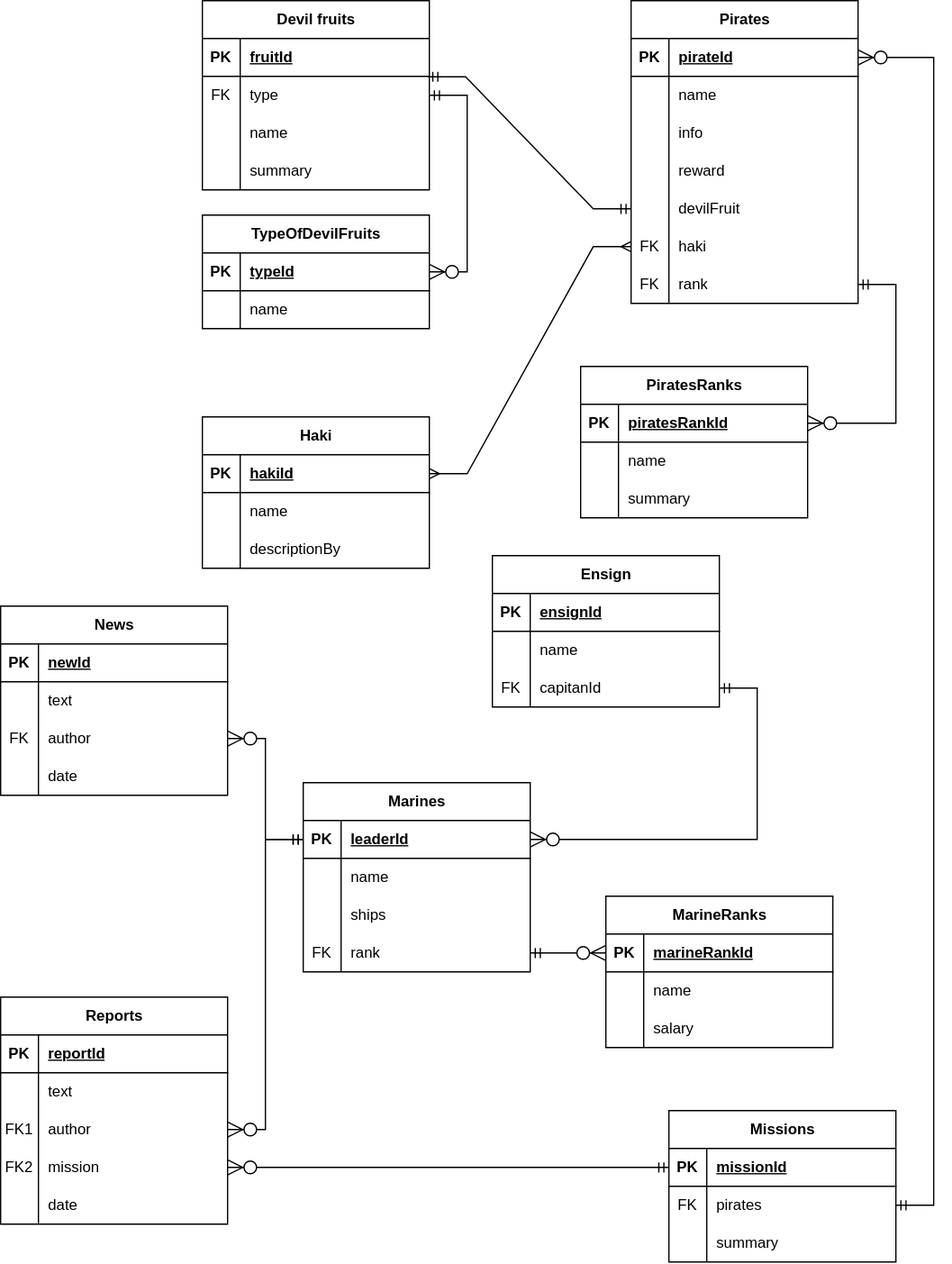
Above: tables.svg in ZaharKaras/DBLabs (draw.io), before the change. Source tidied: cells renumbered, new cells last; positions are measured from the earlier drawing's top-left corner, leaving out a move shared by most shapes.
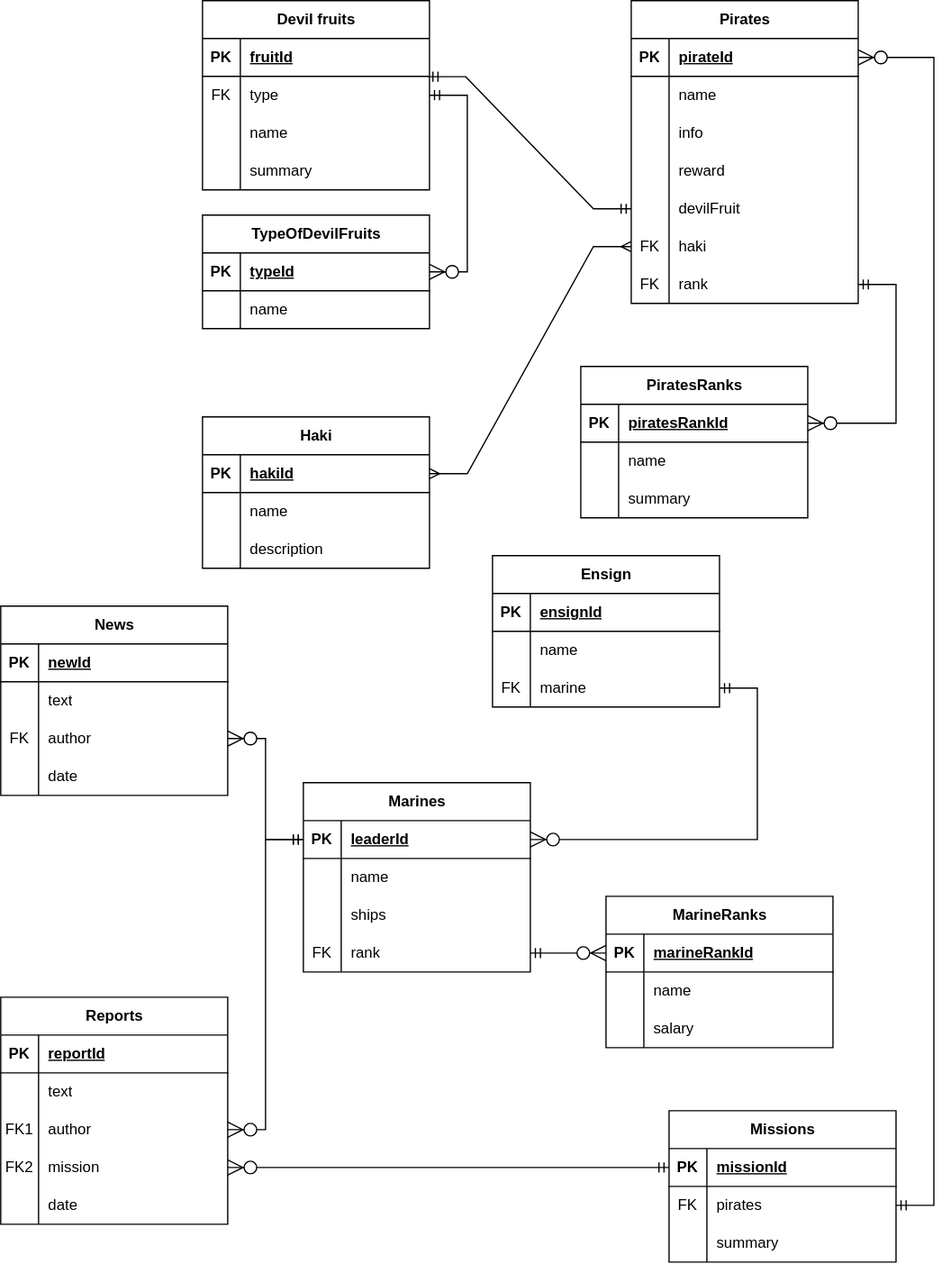
The same diagram one commit later.

Change to the diagram source:
```diff
@@ -29,7 +29,7 @@
     <mxCell id="10" value="FK" style="shape=partialRectangle;fillColor=none;top=0;left=0;bottom=0;right=0;overflow=hidden;whiteSpace=wrap;html=1;" parent="9" vertex="1">
       <mxGeometry width="30" height="30" as="geometry" />
     </mxCell>
-    <mxCell id="11" value="capitanId" style="shape=partialRectangle;fillColor=none;top=0;left=0;bottom=0;right=0;align=left;spacingLeft=6;overflow=hidden;whiteSpace=wrap;html=1;fontStyle=0;" parent="9" vertex="1">
+    <mxCell id="11" value="marine" style="shape=partialRectangle;fillColor=none;top=0;left=0;bottom=0;right=0;align=left;spacingLeft=6;overflow=hidden;whiteSpace=wrap;html=1;fontStyle=0;" parent="9" vertex="1">
       <mxGeometry x="30" width="150" height="30" as="geometry" />
     </mxCell>
     <mxCell id="12" value="Marines" style="shape=table;startSize=30;rowLines=0;fontStyle=1;align=center;html=1;" parent="1" vertex="1">
@@ -137,7 +137,7 @@
     <mxCell id="46" style="shape=partialRectangle;fillColor=none;top=0;left=0;bottom=0;right=0;overflow=hidden;whiteSpace=wrap;html=1;" parent="45" vertex="1">
       <mxGeometry width="30" height="30" as="geometry" />
     </mxCell>
-    <mxCell id="47" value="descriptionВу" style="shape=partialRectangle;fillColor=none;top=0;left=0;bottom=0;right=0;align=left;spacingLeft=6;overflow=hidden;whiteSpace=wrap;html=1;" parent="45" vertex="1">
+    <mxCell id="47" value="description" style="shape=partialRectangle;fillColor=none;top=0;left=0;bottom=0;right=0;align=left;spacingLeft=6;overflow=hidden;whiteSpace=wrap;html=1;" parent="45" vertex="1">
       <mxGeometry x="30" width="150" height="30" as="geometry" />
     </mxCell>
     <mxCell id="48" value="Missions" style="shape=table;startSize=30;rowLines=0;fontStyle=1;align=center;html=1;" parent="1" vertex="1">
```
